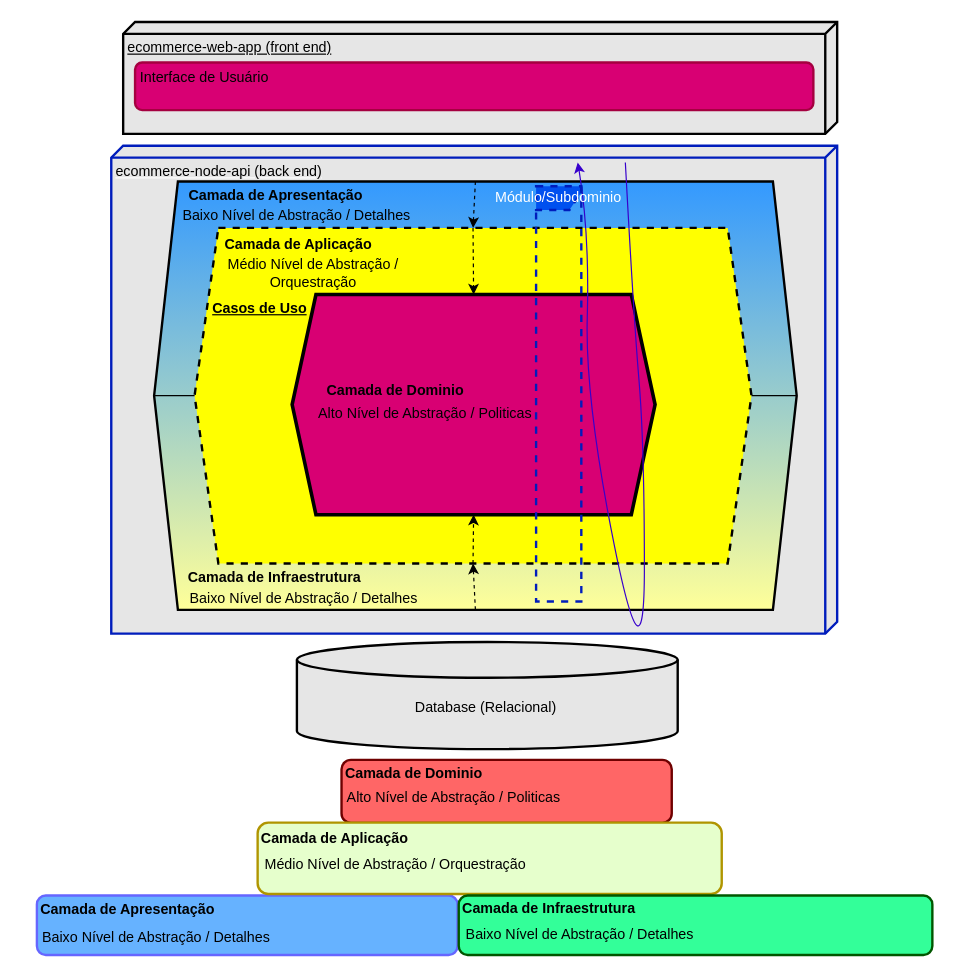
Earlier version of the draw.io diagram page "Arquitetura em Hexagonal" (2 of 2) of requirements/ecommerce-arquitetura.drawio (Rrodrigo2525/ecommerce-node-api). Source tidied: cells renumbered, new cells numbered last; positions are measured from the earlier drawing's top-left corner, leaving out a move shared by most shapes. Both pictures are drawn from the tidied source at 119%, with x=0, y=0 at pixel (20, 21).
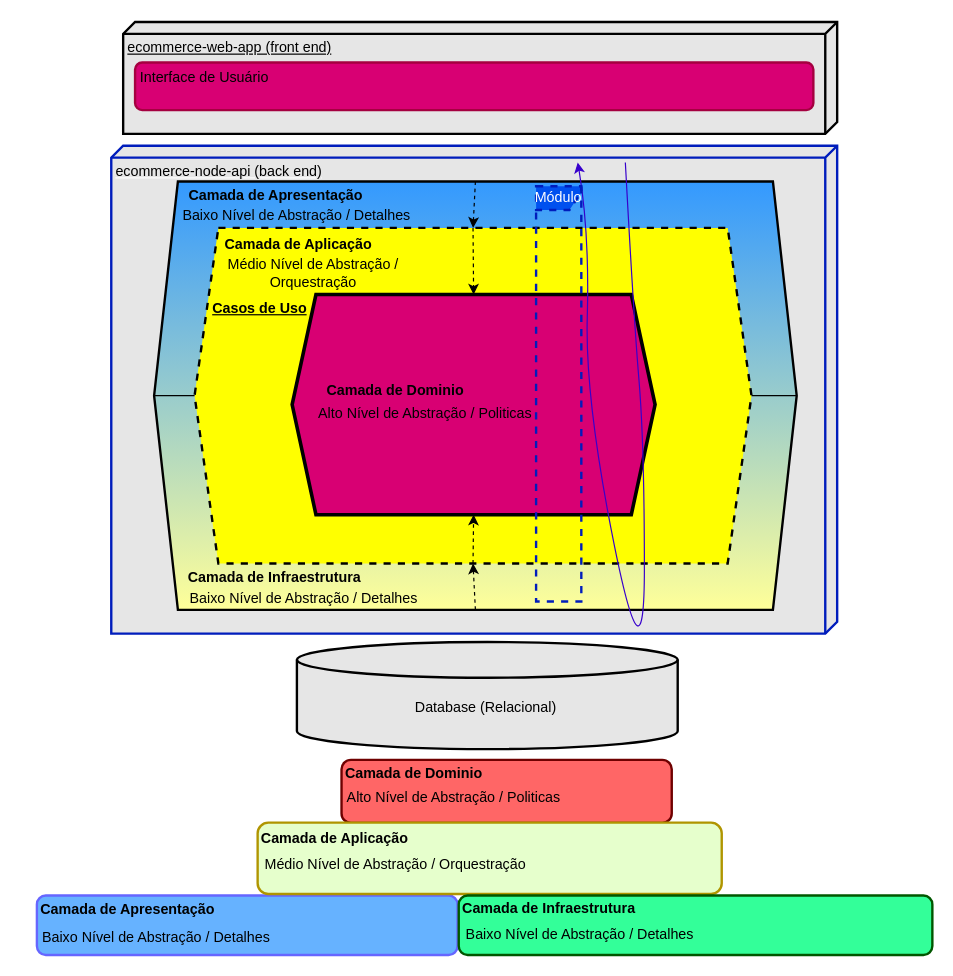
The same page after the edit.

What changed in the source:
```diff
@@
-    <mxCell id="40" value="Módulo/Subdominio" style="shape=umlFrame;whiteSpace=wrap;html=1;strokeWidth=2;fontColor=#ffffff;fillColor=#0050ef;strokeColor=#001DBC;dashed=1;width=110;height=20;" parent="1" vertex="1">
+    <mxCell id="40" value="Módulo" style="shape=umlFrame;whiteSpace=wrap;html=1;strokeWidth=2;fontColor=#ffffff;fillColor=#0050ef;strokeColor=#001DBC;dashed=1;width=110;height=20;" parent="1" vertex="1">
       <mxGeometry x="433" y="138" width="38" height="349" as="geometry" />
     </mxCell>
```
